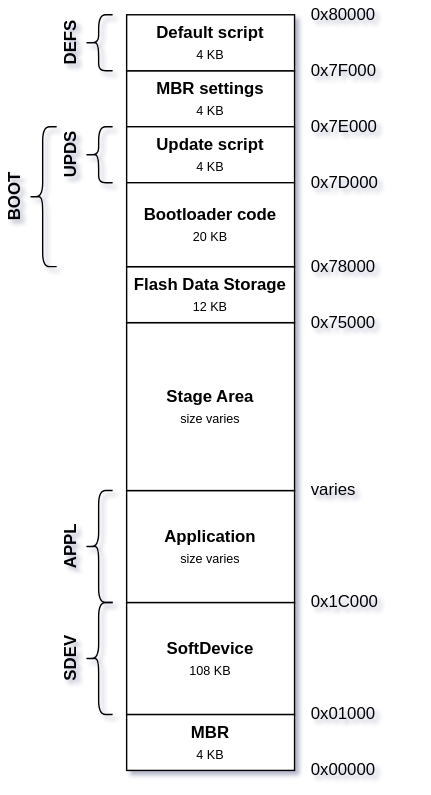
Before: nolobolo_s113_map.svg, a diagram exported from draw.io (doki-nordic/draw.io). Source tidied: cells renumbered, new cells last; positions are measured from the earlier drawing's top-left corner, leaving out a move shared by most shapes. Its diagram source:
```xml
<mxGraphModel shadow="1">
  <root>
    <mxCell id="0" />
    <mxCell id="1" parent="0" />
    <mxCell id="2" value="&lt;b&gt;MBR&lt;/b&gt;&lt;br&gt;&lt;font style=&quot;font-size: 9px&quot;&gt;4 KB&lt;/font&gt;" style="rounded=0;whiteSpace=wrap;html=1;strokeWidth=1;perimeterSpacing=0;" parent="1" vertex="1">
      <mxGeometry x="90" y="510" width="120" height="40" as="geometry" />
    </mxCell>
    <mxCell id="3" value="&lt;b&gt;SoftDevice&lt;/b&gt;&lt;br&gt;&lt;font style=&quot;font-size: 9px&quot;&gt;108 KB&lt;/font&gt;" style="rounded=0;whiteSpace=wrap;html=1;strokeWidth=1;perimeterSpacing=0;" parent="1" vertex="1">
      <mxGeometry x="90" y="430" width="120" height="80" as="geometry" />
    </mxCell>
    <mxCell id="4" value="&lt;b&gt;Application&lt;/b&gt;&lt;br&gt;&lt;font style=&quot;font-size: 9px&quot;&gt;size varies&lt;br&gt;&lt;/font&gt;" style="rounded=0;whiteSpace=wrap;html=1;strokeWidth=1;perimeterSpacing=0;" parent="1" vertex="1">
      <mxGeometry x="90" y="350" width="120" height="80" as="geometry" />
    </mxCell>
    <mxCell id="5" value="&lt;b&gt;Stage Area&lt;br&gt;&lt;/b&gt;&lt;span style=&quot;font-size: 9px&quot;&gt;size varies&lt;/span&gt;&lt;span style=&quot;font-size: 9px&quot;&gt;&lt;br&gt;&lt;/span&gt;" style="rounded=0;whiteSpace=wrap;html=1;strokeWidth=1;perimeterSpacing=0;" parent="1" vertex="1">
      <mxGeometry x="90" y="230" width="120" height="120" as="geometry" />
    </mxCell>
    <mxCell id="6" value="&lt;b&gt;Flash Data Storage&lt;/b&gt;&lt;br&gt;&lt;font style=&quot;font-size: 9px&quot;&gt;12 KB&lt;/font&gt;" style="rounded=0;whiteSpace=wrap;html=1;strokeWidth=1;perimeterSpacing=0;" parent="1" vertex="1">
      <mxGeometry x="90" y="190" width="120" height="40" as="geometry" />
    </mxCell>
    <mxCell id="7" value="&lt;b&gt;MBR settings&lt;br&gt;&lt;/b&gt;&lt;font style=&quot;font-size: 9px&quot;&gt;4 KB&lt;/font&gt;" style="rounded=0;whiteSpace=wrap;html=1;strokeWidth=1;perimeterSpacing=0;" parent="1" vertex="1">
      <mxGeometry x="90" y="50" width="120" height="40" as="geometry" />
    </mxCell>
    <mxCell id="8" style="shape=curlyBracket;whiteSpace=wrap;html=1;rounded=1;rotation=0;" parent="1" vertex="1">
      <mxGeometry x="60" y="430" width="20" height="80" as="geometry" />
    </mxCell>
    <mxCell id="9" style="shape=curlyBracket;whiteSpace=wrap;html=1;rounded=1;rotation=0;" parent="1" vertex="1">
      <mxGeometry x="60" y="350" width="20" height="80" as="geometry" />
    </mxCell>
    <mxCell id="10" style="shape=curlyBracket;whiteSpace=wrap;html=1;rounded=1;rotation=0;" parent="1" vertex="1">
      <mxGeometry x="20" y="90" width="20" height="100" as="geometry" />
    </mxCell>
    <mxCell id="11" value="SDEV" style="text;html=1;strokeColor=none;fillColor=none;align=center;verticalAlign=middle;whiteSpace=wrap;rounded=0;horizontal=0;fontStyle=1;" parent="1" vertex="1">
      <mxGeometry x="40" y="430" width="20" height="80" as="geometry" />
    </mxCell>
    <mxCell id="12" value="APPL" style="text;html=1;strokeColor=none;fillColor=none;align=center;verticalAlign=middle;whiteSpace=wrap;rounded=0;horizontal=0;fontStyle=1;" parent="1" vertex="1">
      <mxGeometry x="40" y="350" width="20" height="80" as="geometry" />
    </mxCell>
    <mxCell id="13" value="BOOT" style="text;html=1;strokeColor=none;fillColor=none;align=center;verticalAlign=middle;whiteSpace=wrap;rounded=0;horizontal=0;fontStyle=1;" parent="1" vertex="1">
      <mxGeometry y="90" width="20" height="100" as="geometry" />
    </mxCell>
    <mxCell id="14" value="0x00000" style="text;html=1;strokeColor=none;fillColor=none;align=left;verticalAlign=middle;whiteSpace=wrap;rounded=0;rotation=0;" parent="1" vertex="1">
      <mxGeometry x="220" y="540" width="60" height="20" as="geometry" />
    </mxCell>
    <mxCell id="15" value="0x01000" style="text;html=1;strokeColor=none;fillColor=none;align=left;verticalAlign=middle;whiteSpace=wrap;rounded=0;rotation=0;" parent="1" vertex="1">
      <mxGeometry x="220" y="500" width="60" height="20" as="geometry" />
    </mxCell>
    <mxCell id="16" value="0x78000" style="text;html=1;strokeColor=none;fillColor=none;align=left;verticalAlign=middle;whiteSpace=wrap;rounded=0;rotation=0;" parent="1" vertex="1">
      <mxGeometry x="220" y="180" width="60" height="20" as="geometry" />
    </mxCell>
    <mxCell id="17" value="0x1C000" style="text;html=1;strokeColor=none;fillColor=none;align=left;verticalAlign=middle;whiteSpace=wrap;rounded=0;rotation=0;" parent="1" vertex="1">
      <mxGeometry x="220" y="420" width="60" height="20" as="geometry" />
    </mxCell>
    <mxCell id="18" value="varies" style="text;html=1;strokeColor=none;fillColor=none;align=left;verticalAlign=middle;whiteSpace=wrap;rounded=0;rotation=0;" parent="1" vertex="1">
      <mxGeometry x="220" y="340" width="60" height="20" as="geometry" />
    </mxCell>
    <mxCell id="19" value="0x75000" style="text;html=1;strokeColor=none;fillColor=none;align=left;verticalAlign=middle;whiteSpace=wrap;rounded=0;rotation=0;" parent="1" vertex="1">
      <mxGeometry x="220" y="220" width="60" height="20" as="geometry" />
    </mxCell>
    <mxCell id="20" style="shape=curlyBracket;whiteSpace=wrap;html=1;rounded=1;rotation=0;" parent="1" vertex="1">
      <mxGeometry x="60" y="90" width="20" height="40" as="geometry" />
    </mxCell>
    <mxCell id="21" value="UPDS" style="text;html=1;strokeColor=none;fillColor=none;align=center;verticalAlign=middle;whiteSpace=wrap;rounded=0;horizontal=0;fontStyle=1;" parent="1" vertex="1">
      <mxGeometry x="40" y="90" width="20" height="40" as="geometry" />
    </mxCell>
    <mxCell id="22" value="&lt;b&gt;Update script&lt;br&gt;&lt;/b&gt;&lt;font style=&quot;font-size: 9px&quot;&gt;4 KB&lt;/font&gt;" style="rounded=0;whiteSpace=wrap;html=1;strokeWidth=1;perimeterSpacing=0;" parent="1" vertex="1">
      <mxGeometry x="90" y="90" width="120" height="40" as="geometry" />
    </mxCell>
    <mxCell id="23" value="&lt;b&gt;Bootloader code&lt;br&gt;&lt;/b&gt;&lt;font style=&quot;font-size: 9px&quot;&gt;20 KB&lt;/font&gt;" style="rounded=0;whiteSpace=wrap;html=1;strokeWidth=1;perimeterSpacing=0;" parent="1" vertex="1">
      <mxGeometry x="90" y="130" width="120" height="60" as="geometry" />
    </mxCell>
    <mxCell id="24" value="&lt;b&gt;Default script&lt;br&gt;&lt;/b&gt;&lt;font style=&quot;font-size: 9px&quot;&gt;4 KB&lt;/font&gt;" style="rounded=0;whiteSpace=wrap;html=1;strokeWidth=1;perimeterSpacing=0;" parent="1" vertex="1">
      <mxGeometry x="90" y="10" width="120" height="40" as="geometry" />
    </mxCell>
    <mxCell id="25" value="0x7F000" style="text;html=1;strokeColor=none;fillColor=none;align=left;verticalAlign=middle;whiteSpace=wrap;rounded=0;rotation=0;" parent="1" vertex="1">
      <mxGeometry x="220" y="40" width="60" height="20" as="geometry" />
    </mxCell>
    <mxCell id="26" value="0x7E000" style="text;html=1;strokeColor=none;fillColor=none;align=left;verticalAlign=middle;whiteSpace=wrap;rounded=0;rotation=0;" parent="1" vertex="1">
      <mxGeometry x="220" y="80" width="60" height="20" as="geometry" />
    </mxCell>
    <mxCell id="27" value="0x7D000" style="text;html=1;strokeColor=none;fillColor=none;align=left;verticalAlign=middle;whiteSpace=wrap;rounded=0;rotation=0;" parent="1" vertex="1">
      <mxGeometry x="220" y="120" width="80" height="20" as="geometry" />
    </mxCell>
    <mxCell id="28" value="0x80000" style="text;html=1;strokeColor=none;fillColor=none;align=left;verticalAlign=middle;whiteSpace=wrap;rounded=0;rotation=0;" parent="1" vertex="1">
      <mxGeometry x="220" width="60" height="20" as="geometry" />
    </mxCell>
    <mxCell id="29" style="shape=curlyBracket;whiteSpace=wrap;html=1;rounded=1;rotation=0;" parent="1" vertex="1">
      <mxGeometry x="60" y="10" width="20" height="40" as="geometry" />
    </mxCell>
    <mxCell id="30" value="DEFS" style="text;html=1;strokeColor=none;fillColor=none;align=center;verticalAlign=middle;whiteSpace=wrap;rounded=0;horizontal=0;fontStyle=1;" parent="1" vertex="1">
      <mxGeometry x="40" y="10" width="20" height="40" as="geometry" />
    </mxCell>
  </root>
</mxGraphModel>
```
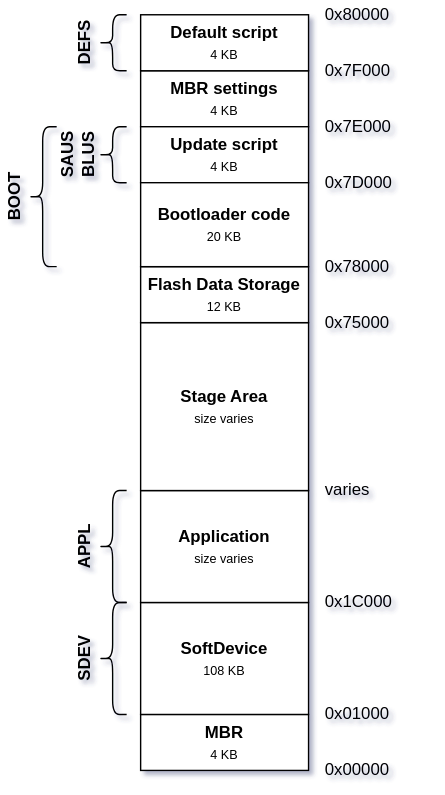
After the commit.

What changed in the source:
```diff
@@ -27,7 +27,7 @@
       <mxGeometry x="60" y="350" width="20" height="80" as="geometry" />
     </mxCell>
     <mxCell id="10" style="shape=curlyBracket;whiteSpace=wrap;html=1;rounded=1;rotation=0;" parent="1" vertex="1">
-      <mxGeometry x="20" y="90" width="20" height="100" as="geometry" />
+      <mxGeometry x="10" y="90" width="20" height="100" as="geometry" />
     </mxCell>
     <mxCell id="11" value="SDEV" style="text;html=1;strokeColor=none;fillColor=none;align=center;verticalAlign=middle;whiteSpace=wrap;rounded=0;horizontal=0;fontStyle=1;" parent="1" vertex="1">
       <mxGeometry x="40" y="430" width="20" height="80" as="geometry" />
@@ -36,7 +36,7 @@
       <mxGeometry x="40" y="350" width="20" height="80" as="geometry" />
     </mxCell>
     <mxCell id="13" value="BOOT" style="text;html=1;strokeColor=none;fillColor=none;align=center;verticalAlign=middle;whiteSpace=wrap;rounded=0;horizontal=0;fontStyle=1;" parent="1" vertex="1">
-      <mxGeometry y="90" width="20" height="100" as="geometry" />
+      <mxGeometry x="-10" y="90" width="20" height="100" as="geometry" />
     </mxCell>
     <mxCell id="14" value="0x00000" style="text;html=1;strokeColor=none;fillColor=none;align=left;verticalAlign=middle;whiteSpace=wrap;rounded=0;rotation=0;" parent="1" vertex="1">
       <mxGeometry x="220" y="540" width="60" height="20" as="geometry" />
@@ -59,8 +59,8 @@
     <mxCell id="20" style="shape=curlyBracket;whiteSpace=wrap;html=1;rounded=1;rotation=0;" parent="1" vertex="1">
       <mxGeometry x="60" y="90" width="20" height="40" as="geometry" />
     </mxCell>
-    <mxCell id="21" value="UPDS" style="text;html=1;strokeColor=none;fillColor=none;align=center;verticalAlign=middle;whiteSpace=wrap;rounded=0;horizontal=0;fontStyle=1;" parent="1" vertex="1">
-      <mxGeometry x="40" y="90" width="20" height="40" as="geometry" />
+    <mxCell id="21" value="SAUS BLUS" style="text;html=1;strokeColor=none;fillColor=none;align=center;verticalAlign=middle;whiteSpace=wrap;rounded=0;horizontal=0;fontStyle=1;" parent="1" vertex="1">
+      <mxGeometry x="30" y="90" width="30" height="40" as="geometry" />
     </mxCell>
     <mxCell id="22" value="&lt;b&gt;Update script&lt;br&gt;&lt;/b&gt;&lt;font style=&quot;font-size: 9px&quot;&gt;4 KB&lt;/font&gt;" style="rounded=0;whiteSpace=wrap;html=1;strokeWidth=1;perimeterSpacing=0;" parent="1" vertex="1">
       <mxGeometry x="90" y="90" width="120" height="40" as="geometry" />
```
